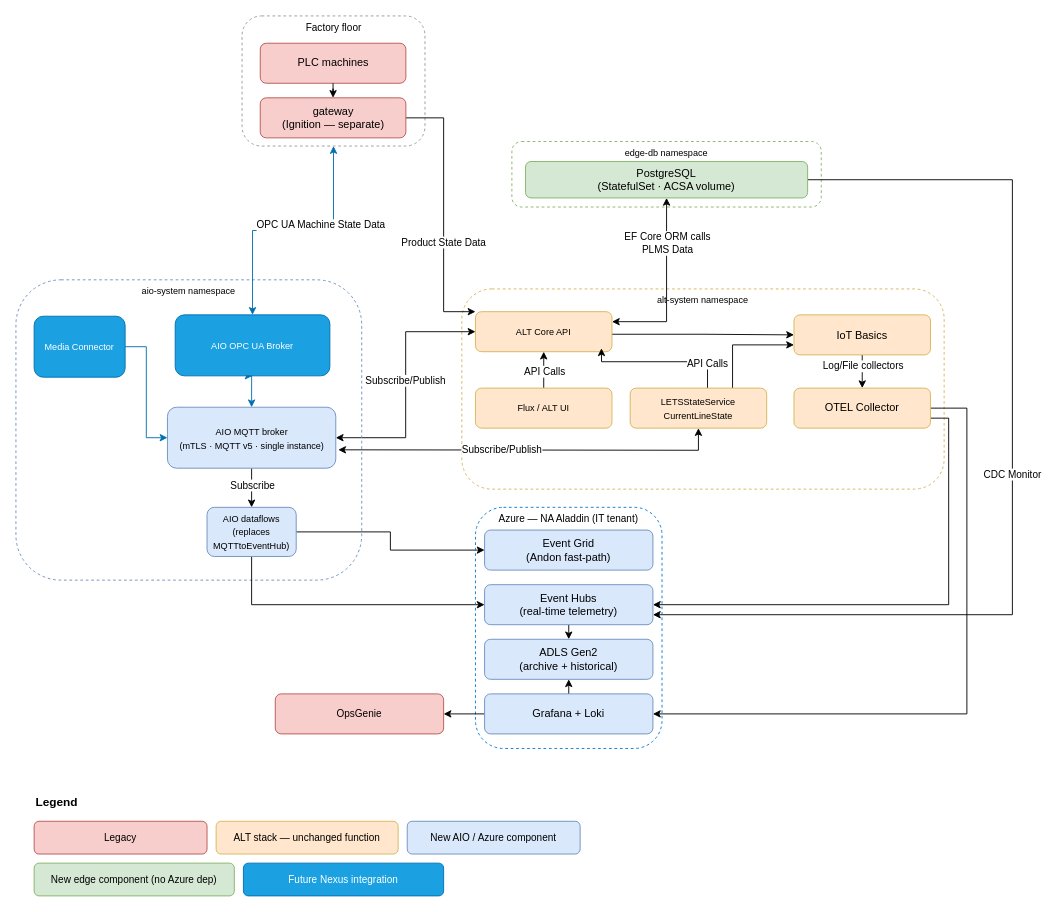
Earlier version of the draw.io diagram page "Dataflow" (2 of 5) of aio/AIO.drawio (avinashr-insight/manufacturing-iot). Source tidied: cells renumbered, new cells numbered last; positions are measured from the earlier drawing's top-left corner, leaving out a move shared by most shapes. Both pictures are drawn from the tidied source at 91%, with x=0, y=0 at pixel (15, 15).
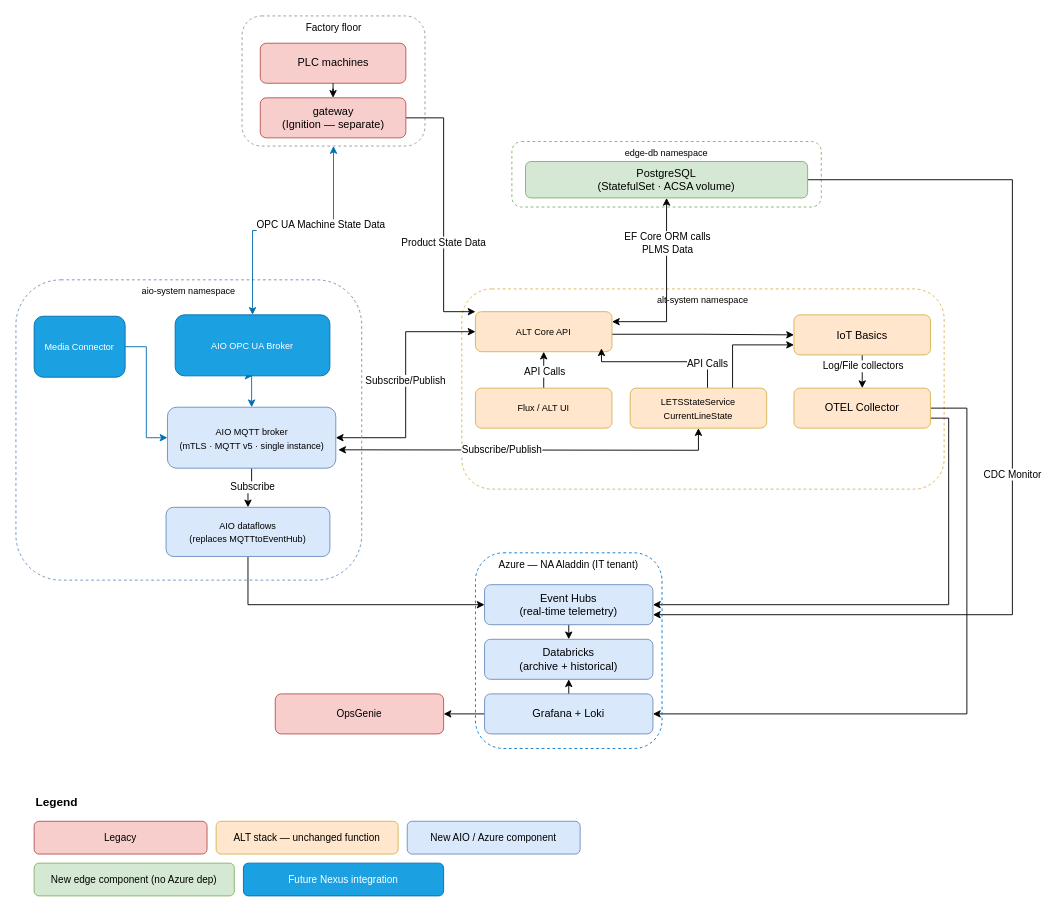
After the change.

Commit message (it also covers changes not shown here):
cleanup eventgrid/andon

Change to the diagram source:
```diff
@@
-    <mxCell id="26" style="edgeStyle=orthogonalEdgeStyle;rounded=0;jettySize=auto;html=1;exitX=1;exitY=0.5;exitDx=0;exitDy=0;entryX=0;entryY=0.5;entryDx=0;entryDy=0;" parent="1" edge="1" source="28" target="40">
-      <mxGeometry relative="1" as="geometry" />
-    </mxCell>
@@
     <mxCell id="28" value="&lt;font style=&quot;font-size: 10px;&quot;&gt;AIO dataflows&lt;br&gt;(replaces MQTTtoEventHub)&lt;/font&gt;" style="rounded=1;whiteSpace=wrap;html=1;fillColor=#dae8fc;strokeColor=#6c8ebf;fontSize=12;" parent="1" vertex="1">
-      <mxGeometry x="210" y="540" width="98" height="54" as="geometry" />
+      <mxGeometry x="165" y="540" width="180" height="54" as="geometry" />
     </mxCell>
@@
     <mxCell id="39" value="Azure — NA Aladdin (IT tenant)" style="rounded=1;whiteSpace=wrap;html=1;fillColor=none;strokeColor=#0078d4;dashed=1;fontSize=11;verticalAlign=top;strokeWidth=1;" parent="1" vertex="1">
-      <mxGeometry x="505" y="540" width="205" height="265" as="geometry" />
+      <mxGeometry x="505" y="590" width="205" height="215" as="geometry" />
     </mxCell>
-    <mxCell id="40" value="Event Grid&#10;(Andon fast-path)" style="rounded=1;whiteSpace=wrap;html=1;fillColor=#dae8fc;strokeColor=#6c8ebf;fontSize=12;" parent="1" vertex="1">
-      <mxGeometry x="515" y="565" width="185" height="44" as="geometry" />
-    </mxCell>
@@
-    <mxCell id="43" value="ADLS Gen2&#10;(archive + historical)" style="rounded=1;whiteSpace=wrap;html=1;fillColor=#dae8fc;strokeColor=#6c8ebf;fontSize=12;" parent="1" vertex="1">
+    <mxCell id="43" value="Databricks&lt;br&gt;(archive + historical)" style="rounded=1;whiteSpace=wrap;html=1;fillColor=#dae8fc;strokeColor=#6c8ebf;fontSize=12;" parent="1" vertex="1">
       <mxGeometry x="515" y="685" width="185" height="44" as="geometry" />
     </mxCell>
```
